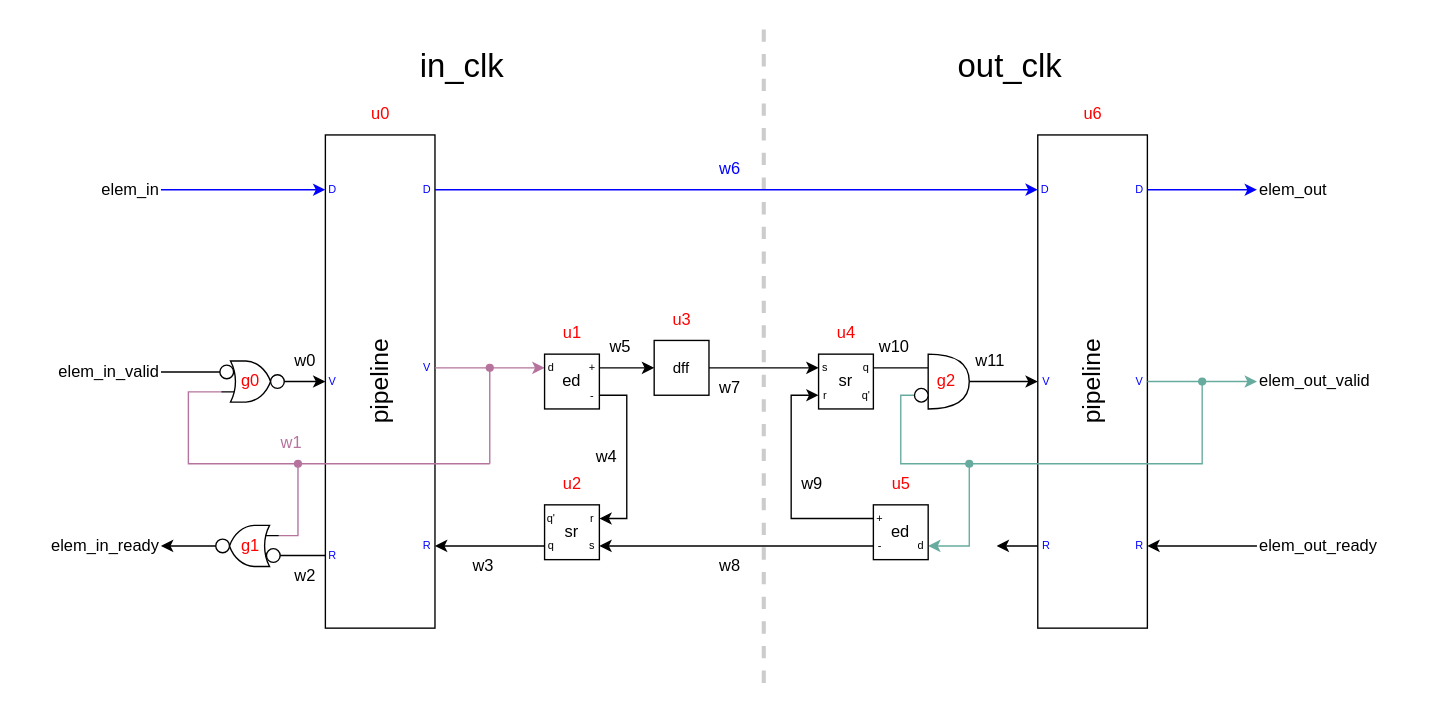
This is diagrams/cdc_pipeline.drawio from squared-studio/common, a draw.io file, before an edit. Source tidied: cells renumbered, new cells numbered last; positions are measured from the earlier drawing's top-left corner, leaving out a move shared by most shapes. Both pictures are drawn from the tidied source at 137%, with x=0, y=0 at pixel (23, 25).
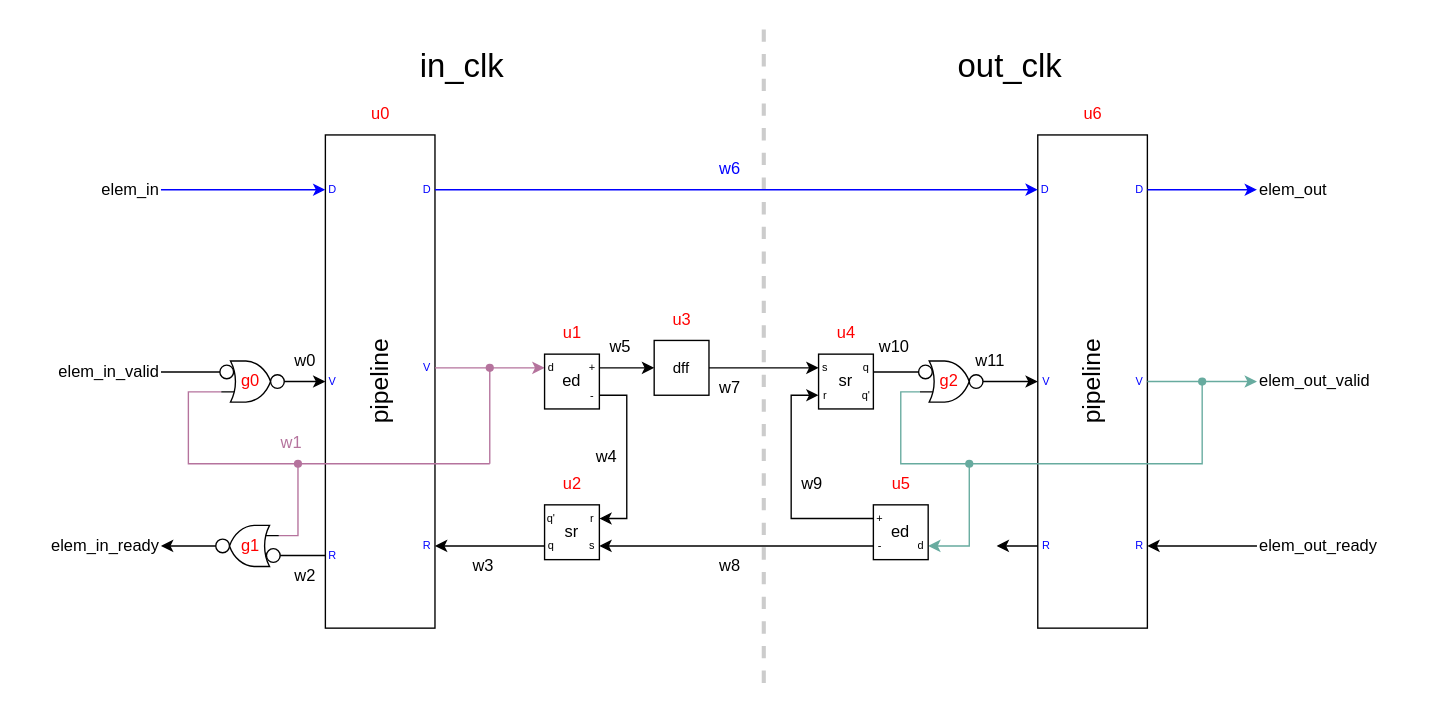
Above is the later version.

Unchanged cells that the change refers to:
```xml
<mxCell id="70" style="shape=waypoint;sketch=0;size=6;points=[];fillColor=none;perimeter=centerPerimeter;snapToPoint=1;strokeColor=#67AB9F;" parent="1" vertex="1">
  <mxGeometry x="680" y="310" width="20" height="20" as="geometry" />
</mxCell>
```

What changed in the source:
```diff
@@
     <mxCell id="20" style="endArrow=none;html=1;rounded=0;endFill=0;startArrow=none;startFill=0;" parent="1" edge="1">
       <mxGeometry relative="1" as="geometry">
-        <mxPoint x="620" y="250" as="sourcePoint" />
-        <mxPoint x="660" y="250" as="targetPoint" />
+        <mxPoint x="620" y="253" as="sourcePoint" />
+        <mxPoint x="660" y="253" as="targetPoint" />
       </mxGeometry>
     </mxCell>
-    <mxCell id="21" style="shape=or;whiteSpace=wrap;html=1;direction=east;" parent="1" vertex="1">
-      <mxGeometry x="660" y="240" width="30" height="40" as="geometry" />
-    </mxCell>
@@
-    <mxCell id="68" style="edgeStyle=orthogonalEdgeStyle;rounded=0;jettySize=auto;html=1;entryX=0;entryY=0.75;entryDx=0;entryDy=0;entryPerimeter=0;endArrow=none;endFill=0;strokeColor=#67AB9F;" parent="1" edge="1" source="70" target="21">
+    <mxCell id="68" style="edgeStyle=orthogonalEdgeStyle;rounded=0;jettySize=auto;html=1;endArrow=none;endFill=0;strokeColor=#67AB9F;entryX=0;entryY=0.75;entryDx=0;entryDy=0;entryPerimeter=0;" parent="1" edge="1" source="70" target="113">
       <mxGeometry relative="1" as="geometry">
         <Array as="points">
           <mxPoint x="640" y="320" />
-          <mxPoint x="640" y="270" />
+          <mxPoint x="640" y="268" />
         </Array>
       </mxGeometry>
     </mxCell>
@@
-    <mxCell id="107" value="g2" style="text;html=1;align=center;verticalAlign=middle;strokeColor=none;fillColor=none;fontColor=#FF0000;" parent="1" vertex="1">
-      <mxGeometry x="653" y="245" width="40" height="30" as="geometry" />
-    </mxCell>
@@
-    <mxCell id="109" style="ellipse;whiteSpace=wrap;html=1;" parent="1" vertex="1">
-      <mxGeometry x="650" y="265" width="10" height="10" as="geometry" />
-    </mxCell>
@@
+    <mxCell id="112" style="group;" parent="1" vertex="1">
+      <mxGeometry x="653" y="245" width="47" height="30" as="geometry" />
+    </mxCell>
+    <mxCell id="113" style="verticalLabelPosition=bottom;shadow=0;dashed=0;align=center;html=1;verticalAlign=top;shape=mxgraph.electrical.logic_gates.logic_gate;operation=or;" parent="112" vertex="1">
+      <mxGeometry x="1" width="45" height="30" as="geometry" />
+    </mxCell>
+    <mxCell id="114" style="ellipse;whiteSpace=wrap;html=1;" parent="112" vertex="1">
+      <mxGeometry x="37" y="10" width="10" height="10" as="geometry" />
+    </mxCell>
+    <mxCell id="115" style="ellipse;whiteSpace=wrap;html=1;" parent="112" vertex="1">
+      <mxGeometry y="3" width="10" height="10" as="geometry" />
+    </mxCell>
+    <mxCell id="107" value="g2" style="text;html=1;align=center;verticalAlign=middle;strokeColor=none;fillColor=none;fontColor=#FF0000;" parent="1" vertex="1">
+      <mxGeometry x="655" y="245" width="40" height="30" as="geometry" />
+    </mxCell>
```
